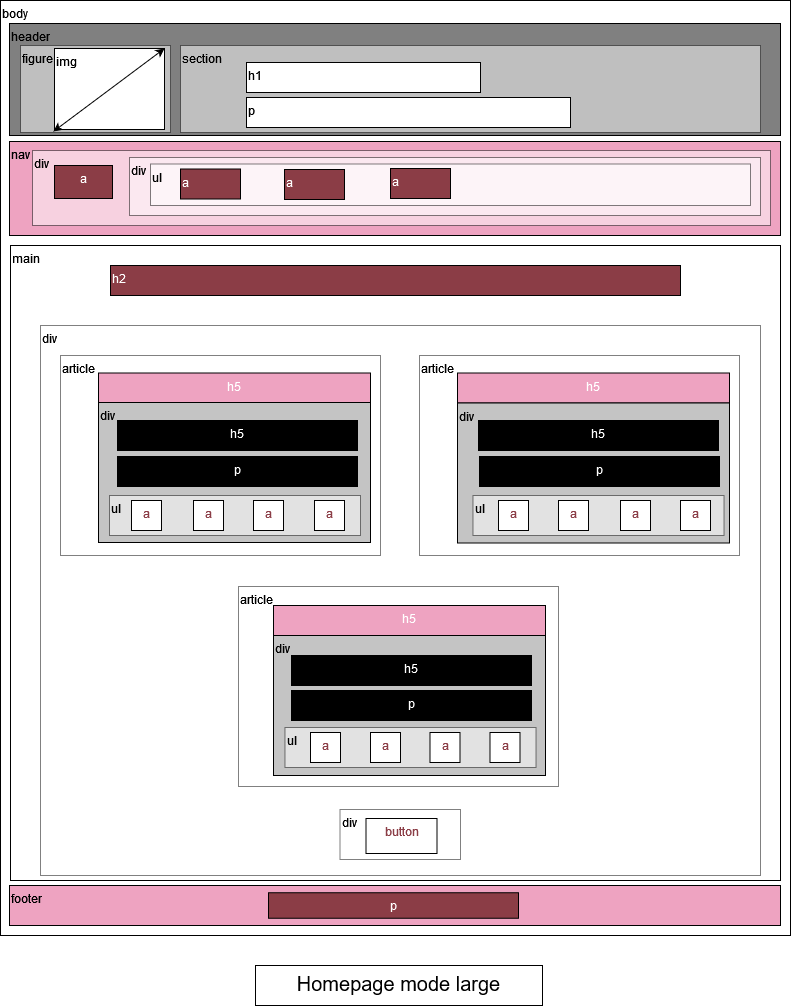
Before: doc/Wireframes/Homepage_mode_large.drawio.png, a diagram exported from draw.io (Nana-fr/Bank_account_management_app). Source tidied: cells renumbered, new cells last; positions are measured from the earlier drawing's top-left corner, leaving out a move shared by most shapes. Source of this version:
```xml
<mxGraphModel>
  <root>
    <mxCell id="0" />
    <mxCell id="1" parent="0" />
    <mxCell id="2" value="&lt;div&gt;body&lt;/div&gt;" style="rounded=0;whiteSpace=wrap;html=1;align=left;labelPosition=center;verticalLabelPosition=middle;verticalAlign=top;" parent="1" vertex="1">
      <mxGeometry width="790" height="935" as="geometry" />
    </mxCell>
    <mxCell id="3" value="nav" style="rounded=0;whiteSpace=wrap;html=1;align=left;verticalAlign=top;fillColor=#eea3c1;" parent="1" vertex="1">
      <mxGeometry x="9" y="141" width="771" height="94" as="geometry" />
    </mxCell>
    <mxCell id="4" value="header" style="rounded=0;whiteSpace=wrap;html=1;align=left;verticalAlign=top;fillColor=#808080;" parent="1" vertex="1">
      <mxGeometry x="9" y="23" width="771" height="112" as="geometry" />
    </mxCell>
    <mxCell id="5" value="main" style="rounded=0;whiteSpace=wrap;html=1;align=left;verticalAlign=top;" parent="1" vertex="1">
      <mxGeometry x="10" y="245" width="770" height="635" as="geometry" />
    </mxCell>
    <mxCell id="6" value="footer" style="rounded=0;whiteSpace=wrap;html=1;align=left;verticalAlign=top;fillColor=#EEA3C1;" parent="1" vertex="1">
      <mxGeometry x="9" y="885" width="771" height="40" as="geometry" />
    </mxCell>
    <mxCell id="7" value="div" style="rounded=0;whiteSpace=wrap;html=1;align=left;verticalAlign=top;opacity=50;" parent="1" vertex="1">
      <mxGeometry x="40" y="325" width="720" height="550" as="geometry" />
    </mxCell>
    <mxCell id="8" value="section" style="rounded=0;whiteSpace=wrap;html=1;verticalAlign=top;align=left;opacity=50;" parent="1" vertex="1">
      <mxGeometry x="180" y="45" width="580" height="87" as="geometry" />
    </mxCell>
    <mxCell id="9" value="p" style="rounded=0;whiteSpace=wrap;html=1;align=left;verticalAlign=top;" parent="1" vertex="1">
      <mxGeometry x="246" y="97" width="324" height="30" as="geometry" />
    </mxCell>
    <mxCell id="10" value="h1" style="rounded=0;whiteSpace=wrap;html=1;align=left;verticalAlign=top;" parent="1" vertex="1">
      <mxGeometry x="246" y="62" width="234" height="30" as="geometry" />
    </mxCell>
    <mxCell id="11" value="div" style="rounded=0;whiteSpace=wrap;html=1;shadow=0;fillColor=#FFFFFF;align=left;verticalAlign=top;opacity=50;" parent="1" vertex="1">
      <mxGeometry x="32" y="150" width="738" height="75" as="geometry" />
    </mxCell>
    <mxCell id="12" value="a" style="rounded=0;whiteSpace=wrap;html=1;shadow=0;fillColor=#8b3d46;align=center;verticalAlign=top;fontColor=#FFFFFF;" parent="1" vertex="1">
      <mxGeometry x="54" y="165" width="58" height="33" as="geometry" />
    </mxCell>
    <mxCell id="13" value="div" style="rounded=0;whiteSpace=wrap;html=1;shadow=0;fillColor=#FFFFFF;align=left;verticalAlign=top;opacity=50;" parent="1" vertex="1">
      <mxGeometry x="129" y="157" width="631" height="58" as="geometry" />
    </mxCell>
    <mxCell id="14" value="ul" style="rounded=0;whiteSpace=wrap;html=1;shadow=0;fillColor=#FFFFFF;align=left;verticalAlign=top;opacity=50;" parent="1" vertex="1">
      <mxGeometry x="150" y="163.5" width="600" height="41.5" as="geometry" />
    </mxCell>
    <mxCell id="15" value="a" style="rounded=0;whiteSpace=wrap;html=1;shadow=0;fillColor=#8B3D46;align=left;verticalAlign=top;fontColor=#FFFFFF;" parent="1" vertex="1">
      <mxGeometry x="180" y="168.5" width="60" height="30" as="geometry" />
    </mxCell>
    <mxCell id="16" value="a" style="rounded=0;whiteSpace=wrap;html=1;shadow=0;fillColor=#8B3D46;align=left;verticalAlign=top;fontColor=#FFFFFF;" parent="1" vertex="1">
      <mxGeometry x="284" y="169" width="60" height="30" as="geometry" />
    </mxCell>
    <mxCell id="17" value="a" style="rounded=0;whiteSpace=wrap;html=1;shadow=0;fillColor=#8B3D46;align=left;verticalAlign=top;fontColor=#FFFFFF;" parent="1" vertex="1">
      <mxGeometry x="390" y="168" width="60" height="30" as="geometry" />
    </mxCell>
    <mxCell id="18" value="h2" style="rounded=0;whiteSpace=wrap;html=1;shadow=0;fontColor=#FFFFFF;fillColor=#8B3D46;align=left;verticalAlign=top;" parent="1" vertex="1">
      <mxGeometry x="110" y="265" width="570" height="30" as="geometry" />
    </mxCell>
    <mxCell id="19" value="&lt;div align=&quot;center&quot;&gt;p&lt;/div&gt;" style="rounded=0;whiteSpace=wrap;html=1;shadow=0;fontColor=#FFFFFF;fillColor=#8B3D46;align=center;verticalAlign=top;" parent="1" vertex="1">
      <mxGeometry x="268" y="892.2" width="250" height="25.5" as="geometry" />
    </mxCell>
    <mxCell id="20" value="&lt;font style=&quot;font-size: 20px&quot;&gt;Homepage mode large&lt;br&gt;&lt;/font&gt;" style="rounded=0;whiteSpace=wrap;html=1;shadow=0;fontSize=15;fontColor=#000000;fillColor=none;align=center;verticalAlign=top;" parent="1" vertex="1">
      <mxGeometry x="255" y="965" width="287" height="40" as="geometry" />
    </mxCell>
    <mxCell id="21" value="&lt;div align=&quot;left&quot;&gt;figure&lt;/div&gt;" style="rounded=0;whiteSpace=wrap;html=1;fillColor=#FFFFFF;align=left;verticalAlign=top;opacity=50;" parent="1" vertex="1">
      <mxGeometry x="20" y="45" width="150" height="87" as="geometry" />
    </mxCell>
    <mxCell id="22" value="img" style="rounded=0;whiteSpace=wrap;html=1;fillColor=#FFFFFF;align=left;verticalAlign=top;" parent="1" vertex="1">
      <mxGeometry x="54" y="48" width="110" height="81" as="geometry" />
    </mxCell>
    <mxCell id="23" style="endArrow=classic;startArrow=classic;html=1;rounded=0;exitX=0.057;exitY=0.964;exitDx=0;exitDy=0;exitPerimeter=0;entryX=1;entryY=0;entryDx=0;entryDy=0;" parent="1" edge="1" source="4" target="22">
      <mxGeometry relative="1" as="geometry" />
    </mxCell>
    <mxCell id="24" value="article" style="rounded=0;whiteSpace=wrap;html=1;fillColor=#FFFFFF;align=left;verticalAlign=top;opacity=50;" parent="1" vertex="1">
      <mxGeometry x="60" y="355" width="320" height="200" as="geometry" />
    </mxCell>
    <mxCell id="25" value="h5" style="rounded=0;whiteSpace=wrap;html=1;shadow=0;fontColor=#FFFFFF;fillColor=#EEA3C1;align=center;verticalAlign=top;" parent="1" vertex="1">
      <mxGeometry x="98" y="372.5" width="272" height="30" as="geometry" />
    </mxCell>
    <mxCell id="26" value="div" style="rounded=0;whiteSpace=wrap;html=1;align=left;verticalAlign=top;fillColor=#c4c4c4;" parent="1" vertex="1">
      <mxGeometry x="98" y="402" width="272" height="140" as="geometry" />
    </mxCell>
    <mxCell id="27" value="ul" style="rounded=0;whiteSpace=wrap;html=1;shadow=0;fontColor=#000000;fillColor=#FFFFFF;align=left;verticalAlign=top;opacity=50;" parent="1" vertex="1">
      <mxGeometry x="109" y="495" width="251" height="40" as="geometry" />
    </mxCell>
    <mxCell id="28" value="p" style="rounded=0;whiteSpace=wrap;html=1;shadow=0;fontColor=#FFFFFF;fillColor=#000000;align=center;verticalAlign=top;" parent="1" vertex="1">
      <mxGeometry x="117" y="456" width="240" height="30" as="geometry" />
    </mxCell>
    <mxCell id="29" value="&lt;div align=&quot;center&quot;&gt;h5&lt;/div&gt;" style="rounded=0;whiteSpace=wrap;html=1;fillColor=#000000;align=center;verticalAlign=top;fontColor=#FFFFFF;" parent="1" vertex="1">
      <mxGeometry x="117" y="420" width="240" height="30" as="geometry" />
    </mxCell>
    <mxCell id="30" value="&lt;div&gt;a&lt;/div&gt;" style="rounded=0;whiteSpace=wrap;html=1;shadow=0;fontColor=#8B3D46;fillColor=#FFFFFF;align=center;verticalAlign=top;" parent="1" vertex="1">
      <mxGeometry x="131" y="500" width="30" height="30" as="geometry" />
    </mxCell>
    <mxCell id="31" value="&lt;div&gt;a&lt;/div&gt;" style="rounded=0;whiteSpace=wrap;html=1;shadow=0;fontColor=#8B3D46;fillColor=#FFFFFF;align=center;verticalAlign=top;" parent="1" vertex="1">
      <mxGeometry x="193" y="500" width="30" height="30" as="geometry" />
    </mxCell>
    <mxCell id="32" value="&lt;div&gt;a&lt;/div&gt;" style="rounded=0;whiteSpace=wrap;html=1;shadow=0;fontColor=#8B3D46;fillColor=#FFFFFF;align=center;verticalAlign=top;" parent="1" vertex="1">
      <mxGeometry x="253" y="500" width="30" height="30" as="geometry" />
    </mxCell>
    <mxCell id="33" value="&lt;div&gt;a&lt;/div&gt;" style="rounded=0;whiteSpace=wrap;html=1;shadow=0;fontColor=#8B3D46;fillColor=#FFFFFF;align=center;verticalAlign=top;" parent="1" vertex="1">
      <mxGeometry x="314" y="500" width="30" height="30" as="geometry" />
    </mxCell>
    <mxCell id="34" value="article" style="rounded=0;whiteSpace=wrap;html=1;fillColor=#FFFFFF;align=left;verticalAlign=top;opacity=50;" parent="1" vertex="1">
      <mxGeometry x="419" y="355" width="320" height="200" as="geometry" />
    </mxCell>
    <mxCell id="35" value="article" style="rounded=0;whiteSpace=wrap;html=1;fillColor=#FFFFFF;align=left;verticalAlign=top;opacity=50;" parent="1" vertex="1">
      <mxGeometry x="238" y="586" width="320" height="200" as="geometry" />
    </mxCell>
    <mxCell id="36" value="h5" style="rounded=0;whiteSpace=wrap;html=1;shadow=0;fontColor=#FFFFFF;fillColor=#EEA3C1;align=center;verticalAlign=top;" parent="1" vertex="1">
      <mxGeometry x="457" y="372.5" width="272" height="30" as="geometry" />
    </mxCell>
    <mxCell id="37" value="h5" style="rounded=0;whiteSpace=wrap;html=1;shadow=0;fontColor=#FFFFFF;fillColor=#EEA3C1;align=center;verticalAlign=top;" parent="1" vertex="1">
      <mxGeometry x="273" y="605" width="272" height="30" as="geometry" />
    </mxCell>
    <mxCell id="38" value="div" style="rounded=0;whiteSpace=wrap;html=1;align=left;verticalAlign=top;fillColor=#c4c4c4;" parent="1" vertex="1">
      <mxGeometry x="457" y="402.5" width="272" height="140" as="geometry" />
    </mxCell>
    <mxCell id="39" value="div" style="rounded=0;whiteSpace=wrap;html=1;align=left;verticalAlign=top;fillColor=#c4c4c4;" parent="1" vertex="1">
      <mxGeometry x="273" y="635" width="272" height="140" as="geometry" />
    </mxCell>
    <mxCell id="40" value="&lt;div align=&quot;center&quot;&gt;h5&lt;/div&gt;" style="rounded=0;whiteSpace=wrap;html=1;fillColor=#000000;align=center;verticalAlign=top;fontColor=#FFFFFF;" parent="1" vertex="1">
      <mxGeometry x="478" y="420" width="240" height="30" as="geometry" />
    </mxCell>
    <mxCell id="41" value="p" style="rounded=0;whiteSpace=wrap;html=1;shadow=0;fontColor=#FFFFFF;fillColor=#000000;align=center;verticalAlign=top;" parent="1" vertex="1">
      <mxGeometry x="479" y="456" width="240" height="30" as="geometry" />
    </mxCell>
    <mxCell id="42" value="&lt;div align=&quot;center&quot;&gt;h5&lt;/div&gt;" style="rounded=0;whiteSpace=wrap;html=1;fillColor=#000000;align=center;verticalAlign=top;fontColor=#FFFFFF;" parent="1" vertex="1">
      <mxGeometry x="291" y="655" width="240" height="30" as="geometry" />
    </mxCell>
    <mxCell id="43" value="p" style="rounded=0;whiteSpace=wrap;html=1;shadow=0;fontColor=#FFFFFF;fillColor=#000000;align=center;verticalAlign=top;" parent="1" vertex="1">
      <mxGeometry x="291" y="690" width="240" height="30" as="geometry" />
    </mxCell>
    <mxCell id="44" value="ul" style="rounded=0;whiteSpace=wrap;html=1;shadow=0;fontColor=#000000;fillColor=#FFFFFF;align=left;verticalAlign=top;opacity=50;" parent="1" vertex="1">
      <mxGeometry x="472.5" y="495" width="251" height="40" as="geometry" />
    </mxCell>
    <mxCell id="45" value="ul" style="rounded=0;whiteSpace=wrap;html=1;shadow=0;fontColor=#000000;fillColor=#FFFFFF;align=left;verticalAlign=top;opacity=50;" parent="1" vertex="1">
      <mxGeometry x="284.5" y="727" width="251" height="40" as="geometry" />
    </mxCell>
    <mxCell id="46" value="&lt;div&gt;a&lt;/div&gt;" style="rounded=0;whiteSpace=wrap;html=1;shadow=0;fontColor=#8B3D46;fillColor=#FFFFFF;align=center;verticalAlign=top;" parent="1" vertex="1">
      <mxGeometry x="498" y="500" width="30" height="30" as="geometry" />
    </mxCell>
    <mxCell id="47" value="&lt;div&gt;a&lt;/div&gt;" style="rounded=0;whiteSpace=wrap;html=1;shadow=0;fontColor=#8B3D46;fillColor=#FFFFFF;align=center;verticalAlign=top;" parent="1" vertex="1">
      <mxGeometry x="558" y="500" width="30" height="30" as="geometry" />
    </mxCell>
    <mxCell id="48" value="&lt;div&gt;a&lt;/div&gt;" style="rounded=0;whiteSpace=wrap;html=1;shadow=0;fontColor=#8B3D46;fillColor=#FFFFFF;align=center;verticalAlign=top;" parent="1" vertex="1">
      <mxGeometry x="620" y="500" width="30" height="30" as="geometry" />
    </mxCell>
    <mxCell id="49" value="&lt;div&gt;a&lt;/div&gt;" style="rounded=0;whiteSpace=wrap;html=1;shadow=0;fontColor=#8B3D46;fillColor=#FFFFFF;align=center;verticalAlign=top;" parent="1" vertex="1">
      <mxGeometry x="680" y="500" width="30" height="30" as="geometry" />
    </mxCell>
    <mxCell id="50" value="&lt;div&gt;a&lt;/div&gt;" style="rounded=0;whiteSpace=wrap;html=1;shadow=0;fontColor=#8B3D46;fillColor=#FFFFFF;align=center;verticalAlign=top;" parent="1" vertex="1">
      <mxGeometry x="310" y="732" width="30" height="30" as="geometry" />
    </mxCell>
    <mxCell id="51" value="&lt;div&gt;a&lt;/div&gt;" style="rounded=0;whiteSpace=wrap;html=1;shadow=0;fontColor=#8B3D46;fillColor=#FFFFFF;align=center;verticalAlign=top;" parent="1" vertex="1">
      <mxGeometry x="370" y="732" width="30" height="30" as="geometry" />
    </mxCell>
    <mxCell id="52" value="&lt;div&gt;a&lt;/div&gt;" style="rounded=0;whiteSpace=wrap;html=1;shadow=0;fontColor=#8B3D46;fillColor=#FFFFFF;align=center;verticalAlign=top;" parent="1" vertex="1">
      <mxGeometry x="429.5" y="732" width="30" height="30" as="geometry" />
    </mxCell>
    <mxCell id="53" value="&lt;div&gt;a&lt;/div&gt;" style="rounded=0;whiteSpace=wrap;html=1;shadow=0;fontColor=#8B3D46;fillColor=#FFFFFF;align=center;verticalAlign=top;" parent="1" vertex="1">
      <mxGeometry x="489.5" y="732" width="30" height="30" as="geometry" />
    </mxCell>
    <mxCell id="54" value="div" style="rounded=0;whiteSpace=wrap;html=1;fontColor=#000000;fillColor=#FFFFFF;align=left;verticalAlign=top;opacity=50;" parent="1" vertex="1">
      <mxGeometry x="339.5" y="809" width="120.5" height="50" as="geometry" />
    </mxCell>
    <mxCell id="55" value="button" style="rounded=0;whiteSpace=wrap;html=1;fontColor=#8B3D46;fillColor=#FFFFFF;align=center;verticalAlign=top;" parent="1" vertex="1">
      <mxGeometry x="365.5" y="818" width="71" height="35" as="geometry" />
    </mxCell>
  </root>
</mxGraphModel>
```
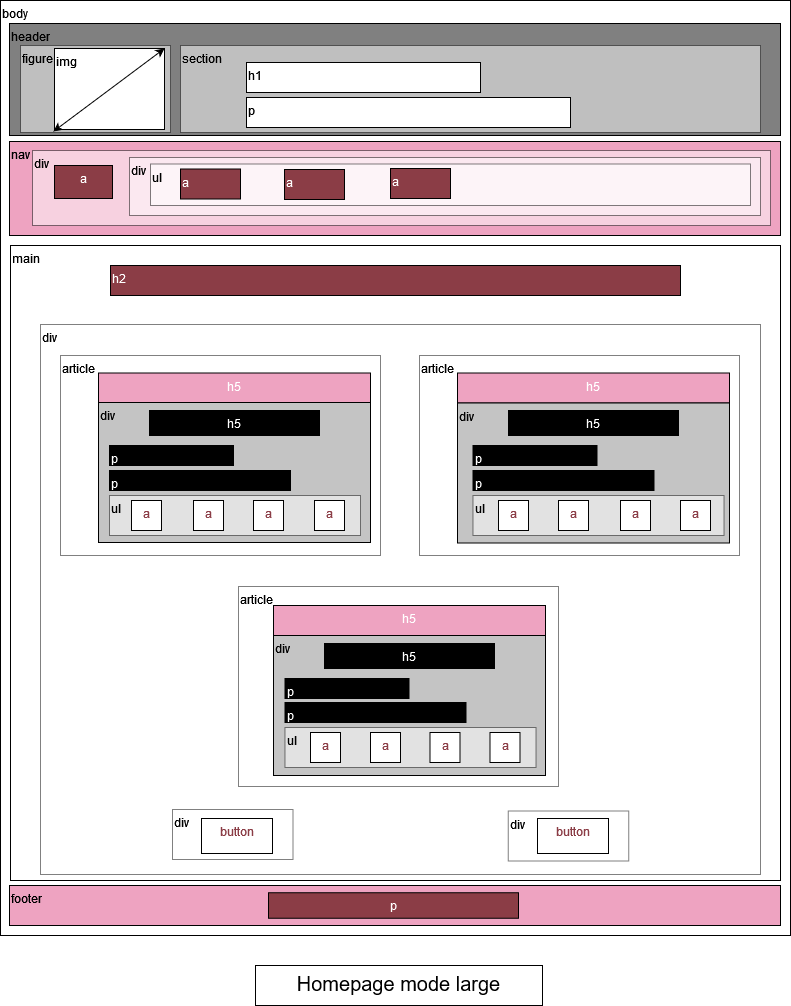
Above is the later version.

Commit message:
modified homepage wireframes

The edit, as a diff of the source:
```diff
@@ -18,7 +18,7 @@
       <mxGeometry x="9" y="885" width="771" height="40" as="geometry" />
     </mxCell>
     <mxCell id="7" value="div" style="rounded=0;whiteSpace=wrap;html=1;align=left;verticalAlign=top;opacity=50;" parent="1" vertex="1">
-      <mxGeometry x="40" y="325" width="720" height="550" as="geometry" />
+      <mxGeometry x="40" y="324" width="720" height="550" as="geometry" />
     </mxCell>
     <mxCell id="8" value="section" style="rounded=0;whiteSpace=wrap;html=1;verticalAlign=top;align=left;opacity=50;" parent="1" vertex="1">
       <mxGeometry x="180" y="45" width="580" height="87" as="geometry" />
@@ -80,11 +80,11 @@
     <mxCell id="27" value="ul" style="rounded=0;whiteSpace=wrap;html=1;shadow=0;fontColor=#000000;fillColor=#FFFFFF;align=left;verticalAlign=top;opacity=50;" parent="1" vertex="1">
       <mxGeometry x="109" y="495" width="251" height="40" as="geometry" />
     </mxCell>
-    <mxCell id="28" value="p" style="rounded=0;whiteSpace=wrap;html=1;shadow=0;fontColor=#FFFFFF;fillColor=#000000;align=center;verticalAlign=top;" parent="1" vertex="1">
-      <mxGeometry x="117" y="456" width="240" height="30" as="geometry" />
+    <mxCell id="28" value="p" style="rounded=0;whiteSpace=wrap;html=1;shadow=0;fontColor=#FFFFFF;fillColor=#000000;align=left;verticalAlign=top;" parent="1" vertex="1">
+      <mxGeometry x="109" y="445" width="124" height="20" as="geometry" />
     </mxCell>
     <mxCell id="29" value="&lt;div align=&quot;center&quot;&gt;h5&lt;/div&gt;" style="rounded=0;whiteSpace=wrap;html=1;fillColor=#000000;align=center;verticalAlign=top;fontColor=#FFFFFF;" parent="1" vertex="1">
-      <mxGeometry x="117" y="420" width="240" height="30" as="geometry" />
+      <mxGeometry x="149" y="410" width="170" height="25" as="geometry" />
     </mxCell>
     <mxCell id="30" value="&lt;div&gt;a&lt;/div&gt;" style="rounded=0;whiteSpace=wrap;html=1;shadow=0;fontColor=#8B3D46;fillColor=#FFFFFF;align=center;verticalAlign=top;" parent="1" vertex="1">
       <mxGeometry x="131" y="500" width="30" height="30" as="geometry" />
@@ -116,18 +116,6 @@
     <mxCell id="39" value="div" style="rounded=0;whiteSpace=wrap;html=1;align=left;verticalAlign=top;fillColor=#c4c4c4;" parent="1" vertex="1">
       <mxGeometry x="273" y="635" width="272" height="140" as="geometry" />
     </mxCell>
-    <mxCell id="40" value="&lt;div align=&quot;center&quot;&gt;h5&lt;/div&gt;" style="rounded=0;whiteSpace=wrap;html=1;fillColor=#000000;align=center;verticalAlign=top;fontColor=#FFFFFF;" parent="1" vertex="1">
-      <mxGeometry x="478" y="420" width="240" height="30" as="geometry" />
-    </mxCell>
-    <mxCell id="41" value="p" style="rounded=0;whiteSpace=wrap;html=1;shadow=0;fontColor=#FFFFFF;fillColor=#000000;align=center;verticalAlign=top;" parent="1" vertex="1">
-      <mxGeometry x="479" y="456" width="240" height="30" as="geometry" />
-    </mxCell>
-    <mxCell id="42" value="&lt;div align=&quot;center&quot;&gt;h5&lt;/div&gt;" style="rounded=0;whiteSpace=wrap;html=1;fillColor=#000000;align=center;verticalAlign=top;fontColor=#FFFFFF;" parent="1" vertex="1">
-      <mxGeometry x="291" y="655" width="240" height="30" as="geometry" />
-    </mxCell>
-    <mxCell id="43" value="p" style="rounded=0;whiteSpace=wrap;html=1;shadow=0;fontColor=#FFFFFF;fillColor=#000000;align=center;verticalAlign=top;" parent="1" vertex="1">
-      <mxGeometry x="291" y="690" width="240" height="30" as="geometry" />
-    </mxCell>
     <mxCell id="44" value="ul" style="rounded=0;whiteSpace=wrap;html=1;shadow=0;fontColor=#000000;fillColor=#FFFFFF;align=left;verticalAlign=top;opacity=50;" parent="1" vertex="1">
       <mxGeometry x="472.5" y="495" width="251" height="40" as="geometry" />
     </mxCell>
@@ -159,10 +147,37 @@
       <mxGeometry x="489.5" y="732" width="30" height="30" as="geometry" />
     </mxCell>
     <mxCell id="54" value="div" style="rounded=0;whiteSpace=wrap;html=1;fontColor=#000000;fillColor=#FFFFFF;align=left;verticalAlign=top;opacity=50;" parent="1" vertex="1">
-      <mxGeometry x="339.5" y="809" width="120.5" height="50" as="geometry" />
+      <mxGeometry x="172" y="809" width="120.5" height="50" as="geometry" />
     </mxCell>
     <mxCell id="55" value="button" style="rounded=0;whiteSpace=wrap;html=1;fontColor=#8B3D46;fillColor=#FFFFFF;align=center;verticalAlign=top;" parent="1" vertex="1">
-      <mxGeometry x="365.5" y="818" width="71" height="35" as="geometry" />
+      <mxGeometry x="201" y="818" width="71" height="35" as="geometry" />
     </mxCell>
+    <mxCell id="56" value="p" style="rounded=0;whiteSpace=wrap;html=1;shadow=0;fontColor=#FFFFFF;fillColor=#000000;align=left;verticalAlign=top;" parent="1" vertex="1">
+      <mxGeometry x="109" y="470" width="181" height="20" as="geometry" />
+    </mxCell>
+    <mxCell id="57" value="&lt;div align=&quot;center&quot;&gt;h5&lt;/div&gt;" style="rounded=0;whiteSpace=wrap;html=1;fillColor=#000000;align=center;verticalAlign=top;fontColor=#FFFFFF;" parent="1" vertex="1">
+      <mxGeometry x="508" y="410" width="170" height="25" as="geometry" />
+    </mxCell>
+    <mxCell id="58" value="&lt;div align=&quot;center&quot;&gt;h5&lt;/div&gt;" style="rounded=0;whiteSpace=wrap;html=1;fillColor=#000000;align=center;verticalAlign=top;fontColor=#FFFFFF;" parent="1" vertex="1">
+      <mxGeometry x="324" y="643" width="170" height="25" as="geometry" />
+    </mxCell>
+    <mxCell id="59" value="p" style="rounded=0;whiteSpace=wrap;html=1;shadow=0;fontColor=#FFFFFF;fillColor=#000000;align=left;verticalAlign=top;" parent="1" vertex="1">
+      <mxGeometry x="472.5" y="445" width="124" height="20" as="geometry" />
+    </mxCell>
+    <mxCell id="60" value="p" style="rounded=0;whiteSpace=wrap;html=1;shadow=0;fontColor=#FFFFFF;fillColor=#000000;align=left;verticalAlign=top;" parent="1" vertex="1">
+      <mxGeometry x="472.5" y="470" width="181" height="20" as="geometry" />
+    </mxCell>
+    <mxCell id="61" value="p" style="rounded=0;whiteSpace=wrap;html=1;shadow=0;fontColor=#FFFFFF;fillColor=#000000;align=left;verticalAlign=top;" parent="1" vertex="1">
+      <mxGeometry x="284.5" y="678" width="124" height="20" as="geometry" />
+    </mxCell>
+    <mxCell id="62" value="p" style="rounded=0;whiteSpace=wrap;html=1;shadow=0;fontColor=#FFFFFF;fillColor=#000000;align=left;verticalAlign=top;" parent="1" vertex="1">
+      <mxGeometry x="284.5" y="702" width="181" height="20" as="geometry" />
+    </mxCell>
+    <mxCell id="63" value="div" style="rounded=0;whiteSpace=wrap;html=1;fontColor=#000000;fillColor=#FFFFFF;align=left;verticalAlign=top;opacity=50;" parent="1" vertex="1">
+      <mxGeometry x="509.8" y="810.5" width="120.5" height="50" as="geometry" />
+    </mxCell>
+    <mxCell id="64" value="button" style="rounded=0;whiteSpace=wrap;html=1;fontColor=#8B3D46;fillColor=#FFFFFF;align=center;verticalAlign=top;" parent="1" vertex="1">
+      <mxGeometry x="537" y="818" width="71" height="35" as="geometry" />
+    </mxCell>
   </root>
 </mxGraphModel>
```
